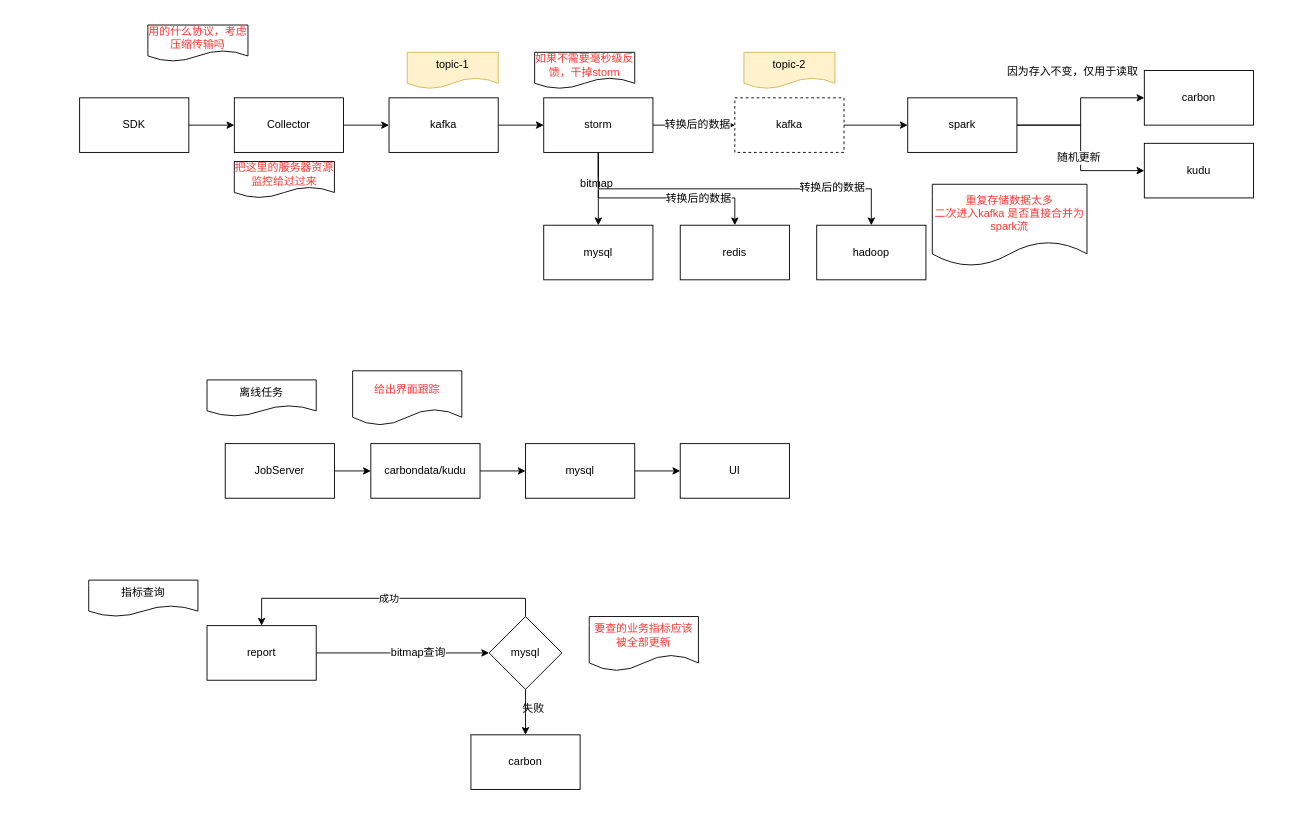
The draw.io diagram AE.drawio in yjplxq/yjplxq, before the edit. Source tidied: cells renumbered, new cells numbered last; positions are measured from the earlier drawing's top-left corner, leaving out a move shared by most shapes. Both pictures are drawn from the tidied source at 91%, with x=0, y=0 at pixel (79, 25).
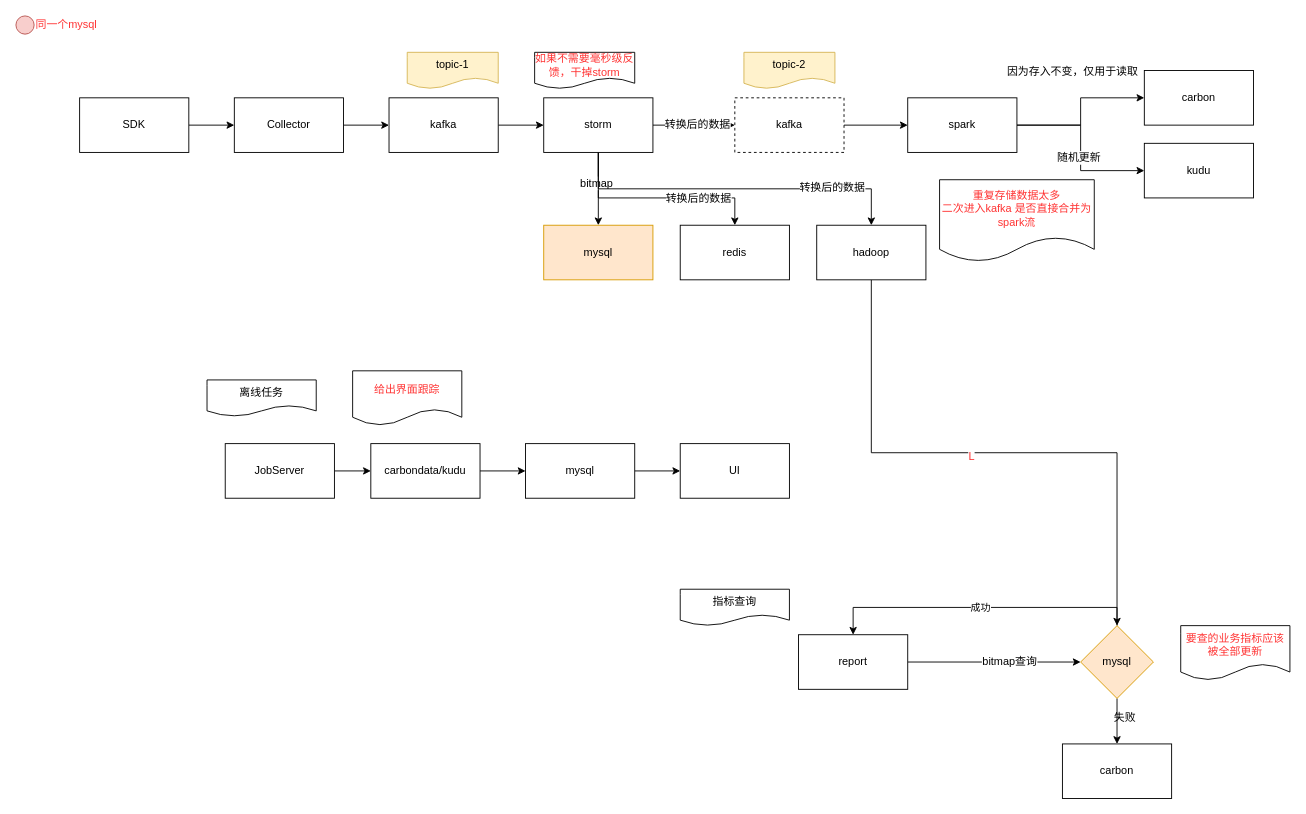
The same diagram, later.

Unchanged cells that the change refers to:
```xml
<mxCell id="26" value="hadoop&lt;br&gt;" style="rounded=0;whiteSpace=wrap;html=1;" parent="1" vertex="1">
  <mxGeometry x="810" y="220" width="120" height="60" as="geometry" />
</mxCell>
```

Change to the diagram source:
```diff
@@
-    <mxCell id="15" value="mysql" style="rounded=0;whiteSpace=wrap;html=1;" parent="1" vertex="1">
+    <mxCell id="15" value="mysql" style="rounded=0;whiteSpace=wrap;html=1;fillColor=#ffe6cc;strokeColor=#d79b00;" parent="1" vertex="1">
       <mxGeometry x="510" y="220" width="120" height="60" as="geometry" />
     </mxCell>
@@
+    <mxCell id="54" style="edgeStyle=orthogonalEdgeStyle;rounded=0;jettySize=auto;html=1;entryX=0.5;entryY=0;entryDx=0;entryDy=0;fontColor=#FF3333;exitX=0.5;exitY=1;exitDx=0;exitDy=0;" parent="1" edge="1" source="26" target="46">
+      <mxGeometry relative="1" as="geometry" />
+    </mxCell>
+    <mxCell id="55" value="L" style="text;html=1;align=center;verticalAlign=middle;labelBackgroundColor=#ffffff;fontColor=#FF3333;" parent="54" vertex="1">
+      <mxGeometry x="-0.08" y="-3" relative="1" as="geometry" />
+    </mxCell>
@@
     <mxCell id="39" value="指标查询" style="shape=document;whiteSpace=wrap;html=1;boundedLbl=1;" parent="1" vertex="1">
-      <mxGeometry x="10" y="610" width="120" height="40" as="geometry" />
+      <mxGeometry x="660" y="620" width="120" height="40" as="geometry" />
     </mxCell>
     <mxCell id="40" style="edgeStyle=orthogonalEdgeStyle;rounded=0;jettySize=auto;html=1;" parent="1" edge="1" source="42">
       <mxGeometry relative="1" as="geometry">
-        <mxPoint x="450" y="690" as="targetPoint" />
+        <mxPoint x="1100" y="700" as="targetPoint" />
       </mxGeometry>
     </mxCell>
@@
     <mxCell id="42" value="report" style="rounded=0;whiteSpace=wrap;html=1;" parent="1" vertex="1">
-      <mxGeometry x="140" y="660" width="120" height="60" as="geometry" />
+      <mxGeometry x="790" y="670" width="120" height="60" as="geometry" />
     </mxCell>
     <mxCell id="43" value="carbon" style="rounded=0;whiteSpace=wrap;html=1;" parent="1" vertex="1">
-      <mxGeometry x="430" y="780" width="120" height="60" as="geometry" />
+      <mxGeometry x="1080" y="790" width="120" height="60" as="geometry" />
     </mxCell>
@@
-    <mxCell id="46" value="mysql" style="rhombus;whiteSpace=wrap;html=1;" parent="1" vertex="1">
-      <mxGeometry x="450" y="650" width="80" height="80" as="geometry" />
+    <mxCell id="46" value="mysql" style="rhombus;whiteSpace=wrap;html=1;fillColor=#ffe6cc;strokeColor=#d79b00;" parent="1" vertex="1">
+      <mxGeometry x="1100" y="660" width="80" height="80" as="geometry" />
     </mxCell>
     <mxCell id="47" value="失败&lt;br&gt;&lt;br&gt;" style="text;html=1;align=left;verticalAlign=top;spacingTop=-4;" parent="1" vertex="1">
-      <mxGeometry x="485" y="741" width="40" height="30" as="geometry" />
+      <mxGeometry x="1135" y="751" width="40" height="30" as="geometry" />
     </mxCell>
     <mxCell id="48" value="要查的业务指标应该被全部更新" style="shape=document;whiteSpace=wrap;html=1;boundedLbl=1;fontColor=#FF3333;" parent="1" vertex="1">
-      <mxGeometry x="560" y="650" width="120" height="60" as="geometry" />
+      <mxGeometry x="1210" y="660" width="120" height="60" as="geometry" />
     </mxCell>
@@
-    <mxCell id="50" value="用的什么协议，考虑压缩传输吗" style="shape=document;whiteSpace=wrap;html=1;boundedLbl=1;fontColor=#FF3333;" parent="1" vertex="1">
-      <mxGeometry x="75" width="110" height="40" as="geometry" />
-    </mxCell>
-    <mxCell id="51" value="把这里的服务器资源监控给过过来" style="shape=document;whiteSpace=wrap;html=1;boundedLbl=1;fontColor=#FF3333;" parent="1" vertex="1">
-      <mxGeometry x="170" y="150" width="110" height="40" as="geometry" />
-    </mxCell>
@@
     <mxCell id="53" value="重复存储数据太多&lt;br&gt;二次进入kafka 是否直接合并为spark流&lt;br&gt;" style="shape=document;whiteSpace=wrap;html=1;boundedLbl=1;fontColor=#FF3333;" parent="1" vertex="1">
-      <mxGeometry x="937" y="175" width="170" height="90" as="geometry" />
+      <mxGeometry x="945" y="170" width="170" height="90" as="geometry" />
     </mxCell>
+    <mxCell id="56" style="ellipse;whiteSpace=wrap;html=1;fillColor=#f8cecc;strokeColor=#b85450;" parent="1" vertex="1">
+      <mxGeometry x="-70" y="-10" width="20" height="20" as="geometry" />
+    </mxCell>
+    <mxCell id="57" value="同一个mysql" style="text;html=1;align=left;verticalAlign=top;spacingTop=-4;fontColor=#FF3333;" parent="1" vertex="1">
+      <mxGeometry x="-50" y="-10" width="80" height="20" as="geometry" />
+    </mxCell>
```
